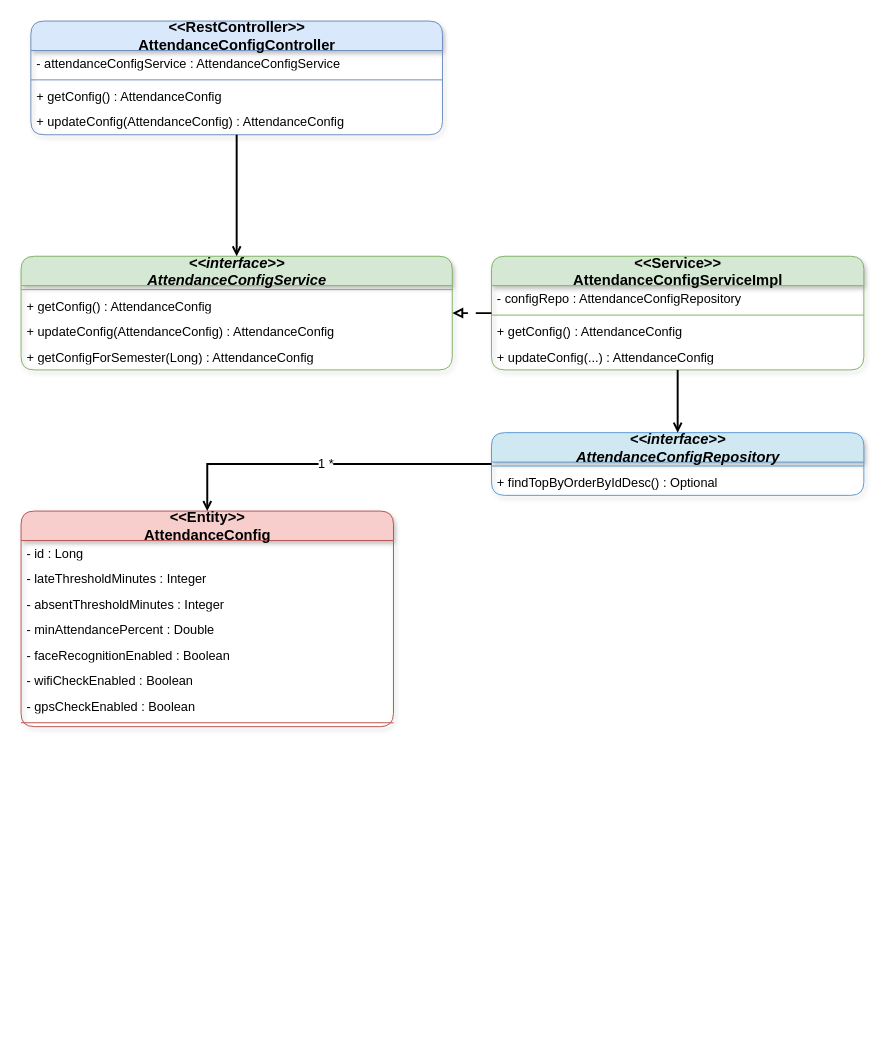
myduyen2004/fams-project keeps this draw.io diagram as docs/attendance_config_class_diagram.drawio. Above is the earlier version. Source tidied: cells renumbered, new cells numbered last; positions are measured from the earlier drawing's top-left corner, leaving out a move shared by most shapes. Both pictures are drawn from the tidied source at 98%, with x=0, y=0 at pixel (21, 21).
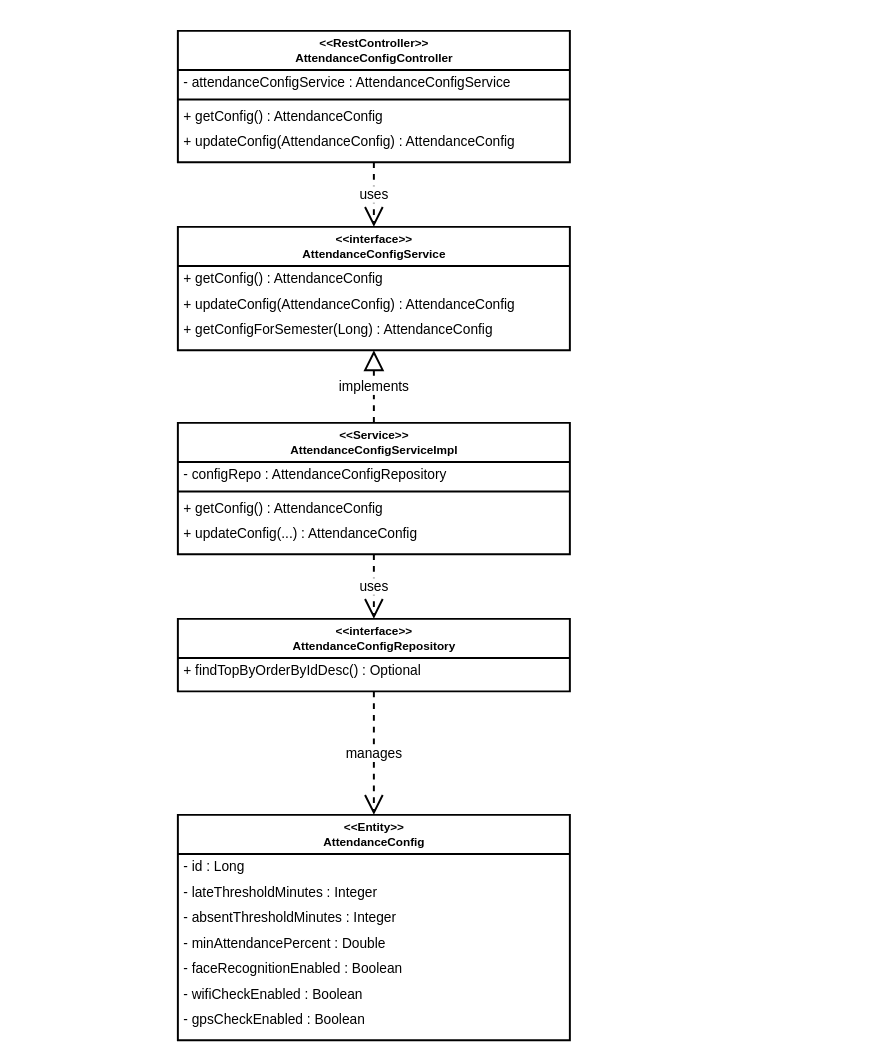
After the change.

Change to the diagram source:
```diff
@@
+    <mxCell id="33" value="&amp;lt;&amp;lt;RestController&amp;gt;&amp;gt;&lt;br&gt;AttendanceConfigController" style="swimlane;fontStyle=1;align=center;startSize=40;html=1;strokeWidth=2;fillColor=#ffffff;strokeColor=#000000;rounded=0;" parent="1" vertex="1">
+      <mxGeometry x="160" y="10" width="400" height="134" as="geometry" />
+    </mxCell>
-    <mxCell id="2" value="&amp;lt;&amp;lt;RestController&amp;gt;&amp;gt;&#10;AttendanceConfigController" style="swimlane;fontStyle=1;align=center;startSize=30;html=1;fillColor=#dae8fc;strokeColor=#6c8ebf;rounded=1;shadow=1;fontSize=15;" parent="1" vertex="1">
-      <mxGeometry x="10" width="420" height="116" as="geometry" />
+    <mxCell id="2" value="- attendanceConfigService : AttendanceConfigService" style="text;strokeColor=none;fillColor=none;align=left;verticalAlign=middle;spacingLeft=4;spacingRight=4;overflow=hidden;points=[[0,0.5],[1,0.5]];portConstraint=eastwest;html=1;fontSize=14;fontColor=#000000;" parent="33" vertex="1">
+      <mxGeometry y="40" width="400" height="26" as="geometry" />
     </mxCell>
-    <mxCell id="3" value="- attendanceConfigService : AttendanceConfigService" style="text;strokeColor=none;fillColor=none;align=left;verticalAlign=middle;spacingLeft=4;spacingRight=4;overflow=hidden;html=1;fontSize=13;" parent="2" vertex="1">
-      <mxGeometry y="30" width="420" height="26" as="geometry" />
+    <mxCell id="3" style="line;strokeWidth=2;fillColor=none;align=left;verticalAlign=middle;spacingTop=-1;spacingLeft=3;spacingRight=10;labelPosition=left;strokeColor=#000000;html=1;" parent="33" vertex="1">
+      <mxGeometry y="66" width="400" height="8" as="geometry" />
     </mxCell>
-    <mxCell id="4" style="line;strokeWidth=1;fillColor=none;align=left;verticalAlign=middle;spacingTop=-1;spacingLeft=3;spacingRight=10;labelPosition=left;strokeColor=inherit;html=1;" parent="2" vertex="1">
-      <mxGeometry y="56" width="420" height="8" as="geometry" />
+    <mxCell id="4" value="+ getConfig() : AttendanceConfig" style="text;strokeColor=none;fillColor=none;align=left;verticalAlign=middle;spacingLeft=4;spacingRight=4;overflow=hidden;html=1;fontSize=14;fontColor=#000000;" parent="33" vertex="1">
+      <mxGeometry y="74" width="400" height="26" as="geometry" />
     </mxCell>
-    <mxCell id="5" value="+ getConfig() : AttendanceConfig" style="text;strokeColor=none;fillColor=none;align=left;verticalAlign=middle;spacingLeft=4;spacingRight=4;overflow=hidden;html=1;fontSize=13;" parent="2" vertex="1">
-      <mxGeometry y="64" width="420" height="26" as="geometry" />
+    <mxCell id="5" value="+ updateConfig(AttendanceConfig) : AttendanceConfig" style="text;strokeColor=none;fillColor=none;align=left;verticalAlign=middle;spacingLeft=4;spacingRight=4;overflow=hidden;html=1;fontSize=14;fontColor=#000000;" parent="33" vertex="1">
+      <mxGeometry y="100" width="400" height="26" as="geometry" />
     </mxCell>
-    <mxCell id="6" value="+ updateConfig(AttendanceConfig) : AttendanceConfig" style="text;strokeColor=none;fillColor=none;align=left;verticalAlign=middle;spacingLeft=4;spacingRight=4;overflow=hidden;points=[[0,0.5],[1,0.5]];portConstraint=eastwest;html=1;fontSize=13;" parent="2" vertex="1">
-      <mxGeometry y="90" width="420" height="26" as="geometry" />
+    <mxCell id="6" value="&amp;lt;&amp;lt;interface&amp;gt;&amp;gt;&lt;br&gt;AttendanceConfigService" style="swimlane;fontStyle=1;align=center;startSize=40;html=1;strokeWidth=2;fillColor=#ffffff;strokeColor=#000000;rounded=0;" parent="1" vertex="1">
+      <mxGeometry x="160" y="210" width="400" height="126" as="geometry" />
     </mxCell>
+    <mxCell id="34" value="+ getConfig() : AttendanceConfig" style="text;strokeColor=none;fillColor=none;align=left;verticalAlign=middle;spacingLeft=4;spacingRight=4;overflow=hidden;html=1;fontSize=14;fontColor=#000000;" parent="6" vertex="1">
+      <mxGeometry y="40" width="400" height="26" as="geometry" />
+    </mxCell>
-    <mxCell id="7" value="&amp;lt;&amp;lt;interface&amp;gt;&amp;gt;&#10;AttendanceConfigService" style="swimlane;fontStyle=3;align=center;startSize=30;html=1;fillColor=#d5e8d4;strokeColor=#82b366;rounded=1;shadow=1;fontSize=15;" parent="1" vertex="1">
-      <mxGeometry y="240" width="440" height="116" as="geometry" />
+    <mxCell id="7" value="+ updateConfig(AttendanceConfig) : AttendanceConfig" style="text;strokeColor=none;fillColor=none;align=left;verticalAlign=middle;spacingLeft=4;spacingRight=4;overflow=hidden;points=[[0,0.5],[1,0.5]];portConstraint=eastwest;html=1;fontSize=14;fontColor=#000000;" parent="6" vertex="1">
+      <mxGeometry y="66" width="400" height="26" as="geometry" />
     </mxCell>
-    <mxCell id="8" style="line;strokeWidth=1;fillColor=none;align=left;verticalAlign=middle;spacingTop=-1;spacingLeft=3;spacingRight=10;labelPosition=left;strokeColor=inherit;html=1;" parent="7" vertex="1">
-      <mxGeometry y="30" width="440" height="8" as="geometry" />
+    <mxCell id="8" value="+ getConfigForSemester(Long) : AttendanceConfig" style="text;strokeColor=none;fillColor=none;align=left;verticalAlign=middle;spacingLeft=4;spacingRight=4;overflow=hidden;html=1;fontSize=14;fontColor=#000000;" parent="6" vertex="1">
+      <mxGeometry y="92" width="400" height="26" as="geometry" />
     </mxCell>
-    <mxCell id="9" value="+ getConfig() : AttendanceConfig" style="text;strokeColor=none;fillColor=none;align=left;verticalAlign=middle;spacingLeft=4;spacingRight=4;overflow=hidden;points=[[0,0.5],[1,0.5]];portConstraint=eastwest;html=1;fontSize=13;" parent="7" vertex="1">
-      <mxGeometry y="38" width="440" height="26" as="geometry" />
+    <mxCell id="9" value="&amp;lt;&amp;lt;Service&amp;gt;&amp;gt;&lt;br&gt;AttendanceConfigServiceImpl" style="swimlane;fontStyle=1;align=center;startSize=40;html=1;strokeWidth=2;fillColor=#ffffff;strokeColor=#000000;rounded=0;" parent="1" vertex="1">
+      <mxGeometry x="160" y="410" width="400" height="134" as="geometry" />
     </mxCell>
-    <mxCell id="10" value="+ updateConfig(AttendanceConfig) : AttendanceConfig" style="text;strokeColor=none;fillColor=none;align=left;verticalAlign=middle;spacingLeft=4;spacingRight=4;overflow=hidden;html=1;fontSize=13;" parent="7" vertex="1">
-      <mxGeometry y="64" width="440" height="26" as="geometry" />
+    <mxCell id="10" value="- configRepo : AttendanceConfigRepository" style="text;strokeColor=none;fillColor=none;align=left;verticalAlign=middle;spacingLeft=4;spacingRight=4;overflow=hidden;html=1;fontSize=14;fontColor=#000000;" parent="9" vertex="1">
+      <mxGeometry y="40" width="400" height="26" as="geometry" />
     </mxCell>
-    <mxCell id="11" value="+ getConfigForSemester(Long) : AttendanceConfig" style="text;strokeColor=none;fillColor=none;align=left;verticalAlign=middle;spacingLeft=4;spacingRight=4;overflow=hidden;html=1;fontSize=13;" parent="7" vertex="1">
-      <mxGeometry y="90" width="440" height="26" as="geometry" />
+    <mxCell id="11" style="line;strokeWidth=2;fillColor=none;align=left;verticalAlign=middle;spacingTop=-1;spacingLeft=3;spacingRight=10;labelPosition=left;strokeColor=#000000;html=1;" parent="9" vertex="1">
+      <mxGeometry y="66" width="400" height="8" as="geometry" />
     </mxCell>
-    <mxCell id="12" value="&amp;lt;&amp;lt;Service&amp;gt;&amp;gt;&#10;AttendanceConfigServiceImpl" style="swimlane;fontStyle=1;align=center;startSize=30;html=1;fillColor=#d5e8d4;strokeColor=#82b366;rounded=1;shadow=1;fontSize=15;" parent="1" vertex="1">
-      <mxGeometry x="480" y="240" width="380" height="116" as="geometry" />
+    <mxCell id="12" value="+ getConfig() : AttendanceConfig" style="text;strokeColor=none;fillColor=none;align=left;verticalAlign=middle;spacingLeft=4;spacingRight=4;overflow=hidden;points=[[0,0.5],[1,0.5]];portConstraint=eastwest;html=1;fontSize=14;fontColor=#000000;" parent="9" vertex="1">
+      <mxGeometry y="74" width="400" height="26" as="geometry" />
     </mxCell>
-    <mxCell id="13" value="- configRepo : AttendanceConfigRepository" style="text;strokeColor=none;fillColor=none;align=left;verticalAlign=middle;spacingLeft=4;spacingRight=4;overflow=hidden;html=1;fontSize=13;" parent="12" vertex="1">
-      <mxGeometry y="30" width="380" height="26" as="geometry" />
+    <mxCell id="13" value="+ updateConfig(...) : AttendanceConfig" style="text;strokeColor=none;fillColor=none;align=left;verticalAlign=middle;spacingLeft=4;spacingRight=4;overflow=hidden;html=1;fontSize=14;fontColor=#000000;" parent="9" vertex="1">
+      <mxGeometry y="100" width="400" height="26" as="geometry" />
     </mxCell>
-    <mxCell id="14" style="line;strokeWidth=1;fillColor=none;align=left;verticalAlign=middle;spacingTop=-1;spacingLeft=3;spacingRight=10;labelPosition=left;points=[];portConstraint=eastwest;strokeColor=inherit;html=1;" parent="12" vertex="1">
-      <mxGeometry y="56" width="380" height="8" as="geometry" />
+    <mxCell id="14" value="&amp;lt;&amp;lt;interface&amp;gt;&amp;gt;&lt;br&gt;AttendanceConfigRepository" style="swimlane;fontStyle=1;align=center;startSize=40;html=1;strokeWidth=2;fillColor=#ffffff;strokeColor=#000000;rounded=0;" parent="1" vertex="1">
+      <mxGeometry x="160" y="610" width="400" height="74" as="geometry" />
     </mxCell>
-    <mxCell id="15" value="+ getConfig() : AttendanceConfig" style="text;strokeColor=none;fillColor=none;align=left;verticalAlign=middle;spacingLeft=4;spacingRight=4;overflow=hidden;html=1;fontSize=13;" parent="12" vertex="1">
-      <mxGeometry y="64" width="380" height="26" as="geometry" />
+    <mxCell id="15" value="+ findTopByOrderByIdDesc() : Optional" style="text;strokeColor=none;fillColor=none;align=left;verticalAlign=middle;spacingLeft=4;spacingRight=4;overflow=hidden;html=1;fontSize=14;fontColor=#000000;" parent="14" vertex="1">
+      <mxGeometry y="40" width="400" height="26" as="geometry" />
     </mxCell>
-    <mxCell id="16" value="+ updateConfig(...) : AttendanceConfig" style="text;strokeColor=none;fillColor=none;align=left;verticalAlign=middle;spacingLeft=4;spacingRight=4;overflow=hidden;points=[[0,0.5],[1,0.5]];portConstraint=eastwest;html=1;fontSize=13;" parent="12" vertex="1">
-      <mxGeometry y="90" width="380" height="26" as="geometry" />
+    <mxCell id="16" value="&amp;lt;&amp;lt;Entity&amp;gt;&amp;gt;&lt;br&gt;AttendanceConfig" style="swimlane;fontStyle=1;align=center;startSize=40;html=1;strokeWidth=2;fillColor=#ffffff;strokeColor=#000000;rounded=0;" parent="1" vertex="1">
+      <mxGeometry x="160" y="810" width="400" height="230" as="geometry" />
     </mxCell>
+    <mxCell id="35" value="- id : Long" style="text;strokeColor=none;fillColor=none;align=left;verticalAlign=middle;spacingLeft=4;spacingRight=4;overflow=hidden;html=1;fontSize=14;fontColor=#000000;" parent="16" vertex="1">
+      <mxGeometry y="40" width="400" height="26" as="geometry" />
+    </mxCell>
-    <mxCell id="17" value="&amp;lt;&amp;lt;Entity&amp;gt;&amp;gt;&#10;AttendanceConfig" style="swimlane;fontStyle=1;align=center;startSize=30;html=1;fillColor=#f8cecc;strokeColor=#b85450;rounded=1;shadow=1;fontSize=15;" parent="1" vertex="1">
-      <mxGeometry y="500" width="380" height="220" as="geometry" />
+    <mxCell id="17" value="- lateThresholdMinutes : Integer" style="text;strokeColor=none;fillColor=none;align=left;verticalAlign=middle;spacingLeft=4;spacingRight=4;overflow=hidden;points=[[0,0.5],[1,0.5]];portConstraint=eastwest;html=1;fontSize=14;fontColor=#000000;" parent="16" vertex="1">
+      <mxGeometry y="66" width="400" height="26" as="geometry" />
     </mxCell>
-    <mxCell id="18" value="- id : Long" style="text;strokeColor=none;fillColor=none;align=left;verticalAlign=middle;spacingLeft=4;spacingRight=4;overflow=hidden;html=1;fontSize=13;" parent="17" vertex="1">
-      <mxGeometry y="30" width="380" height="26" as="geometry" />
+    <mxCell id="18" value="- absentThresholdMinutes : Integer" style="text;strokeColor=none;fillColor=none;align=left;verticalAlign=middle;spacingLeft=4;spacingRight=4;overflow=hidden;html=1;fontSize=14;fontColor=#000000;" parent="16" vertex="1">
+      <mxGeometry y="92" width="400" height="26" as="geometry" />
     </mxCell>
-    <mxCell id="19" value="- lateThresholdMinutes : Integer" style="text;strokeColor=none;fillColor=none;align=left;verticalAlign=middle;spacingLeft=4;spacingRight=4;overflow=hidden;html=1;fontSize=13;" parent="17" vertex="1">
-      <mxGeometry y="56" width="380" height="26" as="geometry" />
+    <mxCell id="19" value="- minAttendancePercent : Double" style="text;strokeColor=none;fillColor=none;align=left;verticalAlign=middle;spacingLeft=4;spacingRight=4;overflow=hidden;html=1;fontSize=14;fontColor=#000000;" parent="16" vertex="1">
+      <mxGeometry y="118" width="400" height="26" as="geometry" />
     </mxCell>
-    <mxCell id="20" value="- absentThresholdMinutes : Integer" style="text;strokeColor=none;fillColor=none;align=left;verticalAlign=middle;spacingLeft=4;spacingRight=4;overflow=hidden;html=1;fontSize=13;" parent="17" vertex="1">
-      <mxGeometry y="82" width="380" height="26" as="geometry" />
+    <mxCell id="20" value="- faceRecognitionEnabled : Boolean" style="text;strokeColor=none;fillColor=none;align=left;verticalAlign=middle;spacingLeft=4;spacingRight=4;overflow=hidden;html=1;fontSize=14;fontColor=#000000;" parent="16" vertex="1">
+      <mxGeometry y="144" width="400" height="26" as="geometry" />
     </mxCell>
-    <mxCell id="21" value="- minAttendancePercent : Double" style="text;strokeColor=none;fillColor=none;align=left;verticalAlign=middle;spacingLeft=4;spacingRight=4;overflow=hidden;html=1;fontSize=13;" parent="17" vertex="1">
-      <mxGeometry y="108" width="380" height="26" as="geometry" />
+    <mxCell id="21" value="- wifiCheckEnabled : Boolean" style="text;strokeColor=none;fillColor=none;align=left;verticalAlign=middle;spacingLeft=4;spacingRight=4;overflow=hidden;html=1;fontSize=14;fontColor=#000000;" parent="16" vertex="1">
+      <mxGeometry y="170" width="400" height="26" as="geometry" />
     </mxCell>
-    <mxCell id="22" value="- faceRecognitionEnabled : Boolean" style="text;strokeColor=none;fillColor=none;align=left;verticalAlign=middle;spacingLeft=4;spacingRight=4;overflow=hidden;html=1;fontSize=13;" parent="17" vertex="1">
-      <mxGeometry y="134" width="380" height="26" as="geometry" />
+    <mxCell id="22" value="- gpsCheckEnabled : Boolean" style="text;strokeColor=none;fillColor=none;align=left;verticalAlign=middle;spacingLeft=4;spacingRight=4;overflow=hidden;html=1;fontSize=14;fontColor=#000000;" parent="16" vertex="1">
+      <mxGeometry y="196" width="400" height="26" as="geometry" />
     </mxCell>
-    <mxCell id="23" value="- wifiCheckEnabled : Boolean" style="text;strokeColor=none;fillColor=none;align=left;verticalAlign=middle;spacingLeft=4;spacingRight=4;overflow=hidden;html=1;fontSize=13;" parent="17" vertex="1">
-      <mxGeometry y="160" width="380" height="26" as="geometry" />
+    <mxCell id="23" value="uses" style="edgeStyle=orthogonalEdgeStyle;jettySize=auto;html=1;rounded=0;strokeWidth=2;strokeColor=#000000;fontSize=14;fontColor=#000000;startSize=16;endSize=16;dashed=1;endArrow=open;endFill=0;" parent="1" edge="1" source="33" target="6">
+      <mxGeometry relative="1" as="geometry" />
     </mxCell>
-    <mxCell id="24" value="- gpsCheckEnabled : Boolean" style="text;strokeColor=none;fillColor=none;align=left;verticalAlign=middle;spacingLeft=4;spacingRight=4;overflow=hidden;html=1;fontSize=13;" parent="17" vertex="1">
-      <mxGeometry y="186" width="380" height="26" as="geometry" />
+    <mxCell id="24" value="implements" style="edgeStyle=orthogonalEdgeStyle;jettySize=auto;html=1;rounded=0;strokeWidth=2;strokeColor=#000000;fontSize=14;fontColor=#000000;startSize=16;endSize=16;dashed=1;endArrow=block;endFill=0;" parent="1" edge="1" source="9" target="6">
+      <mxGeometry relative="1" as="geometry" />
     </mxCell>
-    <mxCell id="25" style="line;strokeWidth=1;fillColor=none;align=left;verticalAlign=middle;spacingTop=-1;spacingLeft=3;spacingRight=10;labelPosition=left;strokeColor=inherit;html=1;" parent="17" vertex="1">
-      <mxGeometry y="212" width="380" height="8" as="geometry" />
+    <mxCell id="25" value="uses" style="edgeStyle=orthogonalEdgeStyle;jettySize=auto;html=1;rounded=0;strokeWidth=2;strokeColor=#000000;fontSize=14;fontColor=#000000;startSize=16;endSize=16;dashed=1;endArrow=open;endFill=0;" parent="1" edge="1" source="9" target="14">
+      <mxGeometry relative="1" as="geometry" />
     </mxCell>
-    <mxCell id="26" value="&amp;lt;&amp;lt;interface&amp;gt;&amp;gt;&#10;AttendanceConfigRepository" style="swimlane;fontStyle=3;align=center;startSize=30;html=1;fillColor=#d0e8f2;strokeColor=#5b9bd5;rounded=1;shadow=1;fontSize=15;" parent="1" vertex="1">
-      <mxGeometry x="480" y="420" width="380" height="64" as="geometry" />
+    <mxCell id="26" value="manages" style="edgeStyle=orthogonalEdgeStyle;jettySize=auto;html=1;rounded=0;strokeWidth=2;strokeColor=#000000;fontSize=14;fontColor=#000000;startSize=16;endSize=16;dashed=1;endArrow=open;endFill=0;" parent="1" edge="1" source="14" target="16">
+      <mxGeometry relative="1" as="geometry" />
     </mxCell>
-    <mxCell id="27" style="line;strokeWidth=1;fillColor=none;align=left;verticalAlign=middle;spacingTop=-1;spacingLeft=3;spacingRight=10;labelPosition=left;strokeColor=inherit;html=1;" parent="26" vertex="1">
-      <mxGeometry y="30" width="380" height="8" as="geometry" />
-    </mxCell>
-    <mxCell id="28" value="+ findTopByOrderByIdDesc() : Optional" style="text;strokeColor=none;fillColor=none;align=left;verticalAlign=middle;spacingLeft=4;spacingRight=4;overflow=hidden;html=1;fontSize=13;" parent="26" vertex="1">
-      <mxGeometry y="38" width="380" height="26" as="geometry" />
-    </mxCell>
-    <mxCell id="29" style="edgeStyle=orthogonalEdgeStyle;rounded=0;jettySize=auto;html=1;jumpStyle=none;strokeColor=#000000;fontSize=13;strokeWidth=2;endArrow=open;endFill=0;" parent="1" edge="1" source="2" target="7">
-      <mxGeometry relative="1" as="geometry" />
-    </mxCell>
-    <mxCell id="30" style="edgeStyle=orthogonalEdgeStyle;rounded=0;jettySize=auto;html=1;jumpStyle=none;strokeColor=#000000;fontSize=13;strokeWidth=2;endArrow=block;endFill=0;dashed=1;dashPattern=8 4;" parent="1" edge="1" source="12" target="7">
-      <mxGeometry relative="1" as="geometry" />
-    </mxCell>
-    <mxCell id="31" style="rounded=0;jettySize=auto;html=1;jumpStyle=none;strokeColor=#000000;fontSize=13;strokeWidth=2;endArrow=open;endFill=0;" parent="1" edge="1" source="12" target="26">
-      <mxGeometry relative="1" as="geometry" />
-    </mxCell>
-    <mxCell id="32" value="1    *" style="edgeStyle=orthogonalEdgeStyle;rounded=0;jettySize=auto;html=1;jumpStyle=none;strokeColor=#000000;fontSize=13;strokeWidth=2;endArrow=open;endFill=0;" parent="1" edge="1" source="26" target="17">
-      <mxGeometry relative="1" as="geometry" />
-    </mxCell>
```
